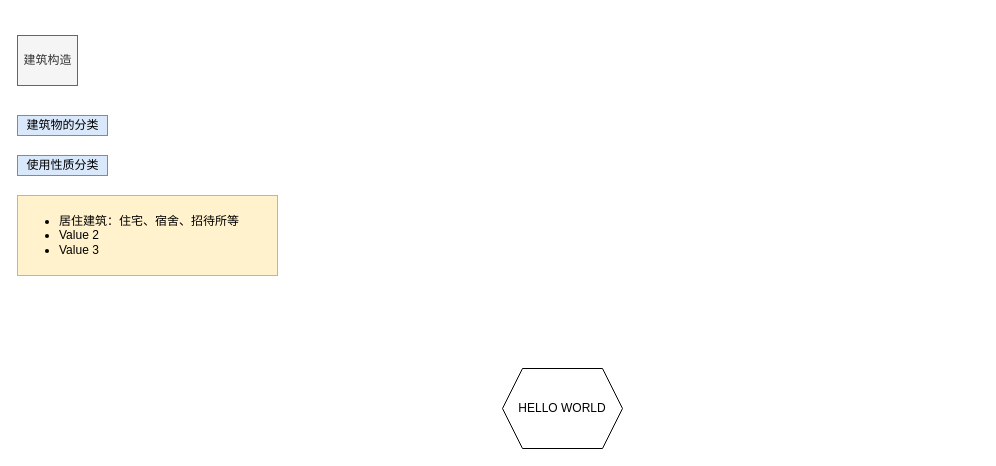
This is aBlank.drawio from zhangyang1103/selfTeaching, a draw.io file, before an edit. Source tidied: cells renumbered, new cells numbered last; positions are measured from the earlier drawing's top-left corner, leaving out a move shared by most shapes. Both pictures are drawn from the tidied source at 100%, with x=0, y=0 at pixel (17, 35).
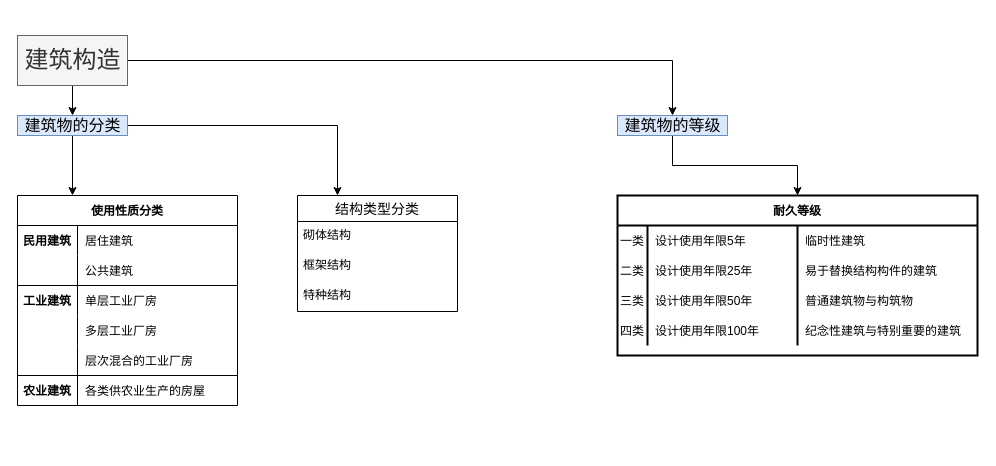
After the change.

What changed in the source:
```diff
@@
-    <mxCell id="2" value="HELLO WORLD" style="shape=hexagon;perimeter=hexagonPerimeter2;whiteSpace=wrap;html=1;fixedSize=1;" parent="1" vertex="1">
-      <mxGeometry x="485" y="333" width="120" height="80" as="geometry" />
-    </mxCell>
+    <mxCell id="7" style="edgeStyle=orthogonalEdgeStyle;rounded=0;jettySize=auto;html=1;entryX=0.5;entryY=0;entryDx=0;entryDy=0;entryPerimeter=0;" parent="1" edge="1" source="3" target="4">
+      <mxGeometry relative="1" as="geometry" />
+    </mxCell>
+    <mxCell id="8" style="edgeStyle=orthogonalEdgeStyle;rounded=0;jettySize=auto;html=1;entryX=0.5;entryY=0;entryDx=0;entryDy=0;entryPerimeter=0;" parent="1" edge="1" source="3" target="34">
+      <mxGeometry relative="1" as="geometry" />
+    </mxCell>
-    <mxCell id="3" value="&lt;br&gt;&lt;div&gt;建筑构造&lt;/div&gt;&lt;div&gt;&lt;br&gt;&lt;/div&gt;" style="text;html=1;align=center;verticalAlign=middle;points=[];fillColor=#f5f5f5;strokeColor=#666666;fontColor=#333333;" parent="1" vertex="1">
-      <mxGeometry width="60" height="50" as="geometry" />
+    <mxCell id="3" value="&lt;font style=&quot;font-size: 24px&quot;&gt;&lt;br&gt;&lt;/font&gt;&lt;div style=&quot;font-size: 24px&quot;&gt;&lt;font style=&quot;font-size: 24px&quot;&gt;建筑构造&lt;/font&gt;&lt;/div&gt;&lt;div style=&quot;font-size: 24px&quot;&gt;&lt;font style=&quot;font-size: 24px&quot;&gt;&lt;br&gt;&lt;/font&gt;&lt;/div&gt;" style="text;html=1;align=center;verticalAlign=middle;points=[];fillColor=#f5f5f5;strokeColor=#666666;fontColor=#333333;" parent="1" vertex="1">
+      <mxGeometry width="110" height="50" as="geometry" />
     </mxCell>
+    <mxCell id="9" style="edgeStyle=orthogonalEdgeStyle;rounded=0;jettySize=auto;html=1;entryX=0.25;entryY=0;entryDx=0;entryDy=0;" parent="1" edge="1" source="4" target="5">
+      <mxGeometry relative="1" as="geometry" />
+    </mxCell>
+    <mxCell id="10" style="edgeStyle=orthogonalEdgeStyle;rounded=0;jettySize=auto;html=1;entryX=0.25;entryY=0;entryDx=0;entryDy=0;" parent="1" edge="1" source="4" target="29">
+      <mxGeometry relative="1" as="geometry" />
+    </mxCell>
-    <mxCell id="4" value="建筑物的分类" style="text;html=1;align=center;verticalAlign=middle;points=[];fillColor=#dae8fc;strokeColor=#6c8ebf;" parent="1" vertex="1">
-      <mxGeometry y="80" width="90" height="20" as="geometry" />
+    <mxCell id="4" value="&lt;font style=&quot;font-size: 16px&quot;&gt;建筑物的分类&lt;/font&gt;" style="text;html=1;align=center;verticalAlign=middle;points=[];fillColor=#dae8fc;strokeColor=#6c8ebf;" parent="1" vertex="1">
+      <mxGeometry y="80" width="110" height="20" as="geometry" />
     </mxCell>
-    <mxCell id="5" value="使用性质分类" style="text;html=1;align=center;verticalAlign=middle;points=[];fillColor=#dae8fc;strokeColor=#6c8ebf;" parent="1" vertex="1">
-      <mxGeometry y="120" width="90" height="20" as="geometry" />
+    <mxCell id="5" value="使用性质分类" style="shape=table;startSize=30;childLayout=tableLayout;rowLines=0;fontStyle=1;align=center;" parent="1" vertex="1">
+      <mxGeometry y="160" width="220" height="210" as="geometry" />
     </mxCell>
-    <mxCell id="6" value="&lt;ul&gt;&lt;li&gt;居住建筑：住宅、宿舍、招待所等&lt;/li&gt;&lt;li&gt;Value 2&lt;/li&gt;&lt;li&gt;Value 3&lt;/li&gt;&lt;/ul&gt;" style="text;strokeColor=#d6b656;fillColor=#fff2cc;html=1;whiteSpace=wrap;verticalAlign=middle;overflow=hidden;" parent="1" vertex="1">
-      <mxGeometry y="160" width="260" height="80" as="geometry" />
-    </mxCell>
+    <mxCell id="11" style="shape=partialRectangle;fillColor=none;top=0;left=0;bottom=0;right=0;" parent="5" vertex="1">
+      <mxGeometry y="30" width="220" height="30" as="geometry" />
+    </mxCell>
+    <mxCell id="12" value="民用建筑" style="shape=partialRectangle;fillColor=none;top=0;left=0;bottom=0;right=0;fontStyle=1;overflow=hidden;" parent="11" vertex="1">
+      <mxGeometry width="60" height="30" as="geometry" />
+    </mxCell>
+    <mxCell id="13" value="居住建筑" style="shape=partialRectangle;fillColor=none;top=0;left=0;bottom=0;right=0;align=left;spacingLeft=6;fontStyle=0;overflow=hidden;" parent="11" vertex="1">
+      <mxGeometry x="60" width="160" height="30" as="geometry" />
+    </mxCell>
+    <mxCell id="14" style="shape=partialRectangle;fillColor=none;top=0;left=0;bottom=1;right=0;" parent="5" vertex="1">
+      <mxGeometry y="60" width="220" height="30" as="geometry" />
+    </mxCell>
+    <mxCell id="15" style="shape=partialRectangle;fillColor=none;top=0;left=0;bottom=0;right=0;fontStyle=1;overflow=hidden;" parent="14" vertex="1">
+      <mxGeometry width="60" height="30" as="geometry" />
+    </mxCell>
+    <mxCell id="16" value="公共建筑" style="shape=partialRectangle;fillColor=none;top=0;left=0;bottom=0;right=0;align=left;spacingLeft=6;fontStyle=0;overflow=hidden;" parent="14" vertex="1">
+      <mxGeometry x="60" width="160" height="30" as="geometry" />
+    </mxCell>
+    <mxCell id="17" style="shape=partialRectangle;fillColor=none;top=0;left=0;bottom=0;right=0;" parent="5" vertex="1">
+      <mxGeometry y="90" width="220" height="30" as="geometry" />
+    </mxCell>
+    <mxCell id="18" value="工业建筑" style="shape=partialRectangle;fillColor=none;top=0;left=0;bottom=0;right=0;overflow=hidden;fontStyle=1;" parent="17" vertex="1">
+      <mxGeometry width="60" height="30" as="geometry" />
+    </mxCell>
+    <mxCell id="19" value="单层工业厂房" style="shape=partialRectangle;fillColor=none;top=0;left=0;bottom=0;right=0;align=left;spacingLeft=6;overflow=hidden;" parent="17" vertex="1">
+      <mxGeometry x="60" width="160" height="30" as="geometry" />
+    </mxCell>
+    <mxCell id="20" style="shape=partialRectangle;fillColor=none;top=0;left=0;bottom=0;right=0;" parent="5" vertex="1">
+      <mxGeometry y="120" width="220" height="30" as="geometry" />
+    </mxCell>
+    <mxCell id="21" style="shape=partialRectangle;fillColor=none;top=0;left=0;bottom=0;right=0;overflow=hidden;" parent="20" vertex="1">
+      <mxGeometry width="60" height="30" as="geometry" />
+    </mxCell>
+    <mxCell id="22" value="多层工业厂房" style="shape=partialRectangle;fillColor=none;top=0;left=0;bottom=0;right=0;align=left;spacingLeft=6;overflow=hidden;" parent="20" vertex="1">
+      <mxGeometry x="60" width="160" height="30" as="geometry" />
+    </mxCell>
+    <mxCell id="23" style="shape=partialRectangle;fillColor=none;top=0;left=0;bottom=0;right=0;" parent="5" vertex="1">
+      <mxGeometry y="150" width="220" height="30" as="geometry" />
+    </mxCell>
+    <mxCell id="24" style="shape=partialRectangle;fillColor=none;top=0;left=0;bottom=0;right=0;overflow=hidden;" parent="23" vertex="1">
+      <mxGeometry width="60" height="30" as="geometry" />
+    </mxCell>
+    <mxCell id="25" value="层次混合的工业厂房" style="shape=partialRectangle;fillColor=none;top=0;left=0;bottom=0;right=0;align=left;spacingLeft=6;overflow=hidden;" parent="23" vertex="1">
+      <mxGeometry x="60" width="160" height="30" as="geometry" />
+    </mxCell>
+    <mxCell id="26" style="shape=partialRectangle;fillColor=none;top=1;left=0;bottom=0;right=0;" parent="5" vertex="1">
+      <mxGeometry y="180" width="220" height="30" as="geometry" />
+    </mxCell>
+    <mxCell id="27" value="农业建筑" style="shape=partialRectangle;fillColor=none;top=0;left=0;bottom=0;right=0;overflow=hidden;fontStyle=1;verticalAlign=middle;labelPosition=center;verticalLabelPosition=middle;align=center;horizontal=1;" parent="26" vertex="1">
+      <mxGeometry width="60" height="30" as="geometry" />
+    </mxCell>
+    <mxCell id="28" value="各类供农业生产的房屋" style="shape=partialRectangle;fillColor=none;top=0;left=0;bottom=0;right=0;align=left;spacingLeft=6;overflow=hidden;" parent="26" vertex="1">
+      <mxGeometry x="60" width="160" height="30" as="geometry" />
+    </mxCell>
+    <mxCell id="29" value="结构类型分类" style="swimlane;fontStyle=0;horizontal=1;startSize=26;align=center;fontSize=14;" parent="1" vertex="1">
+      <mxGeometry x="280" y="160" width="160" height="116" as="geometry" />
+    </mxCell>
+    <mxCell id="30" value="砌体结构" style="text;strokeColor=none;fillColor=none;spacingLeft=4;spacingRight=4;overflow=hidden;fontSize=12;" parent="29" vertex="1">
+      <mxGeometry y="26" width="160" height="30" as="geometry" />
+    </mxCell>
+    <mxCell id="31" value="框架结构" style="text;strokeColor=none;fillColor=none;spacingLeft=4;spacingRight=4;overflow=hidden;fontSize=12;" parent="29" vertex="1">
+      <mxGeometry y="56" width="160" height="30" as="geometry" />
+    </mxCell>
+    <mxCell id="32" value="特种结构" style="text;strokeColor=none;fillColor=none;spacingLeft=4;spacingRight=4;overflow=hidden;fontSize=12;" parent="29" vertex="1">
+      <mxGeometry y="86" width="160" height="30" as="geometry" />
+    </mxCell>
+    <mxCell id="33" style="edgeStyle=orthogonalEdgeStyle;rounded=0;jettySize=auto;html=1;" parent="1" edge="1" source="34" target="35">
+      <mxGeometry relative="1" as="geometry" />
+    </mxCell>
+    <mxCell id="34" value="&lt;div style=&quot;font-size: 16px&quot;&gt;&lt;font style=&quot;font-size: 16px&quot;&gt;建筑物的等级&lt;/font&gt;&lt;/div&gt;" style="text;html=1;align=center;verticalAlign=middle;points=[];fillColor=#dae8fc;strokeColor=#6c8ebf;" parent="1" vertex="1">
+      <mxGeometry x="600" y="80" width="110" height="20" as="geometry" />
+    </mxCell>
+    <mxCell id="35" value="耐久等级" style="shape=table;startSize=30;childLayout=tableLayout;rowLines=0;fontStyle=1;align=center;strokeWidth=2;" parent="1" vertex="1">
+      <mxGeometry x="600" y="160" width="360" height="160" as="geometry" />
+    </mxCell>
+    <mxCell id="36" style="shape=partialRectangle;fillColor=none;top=0;left=0;bottom=0;right=0;" parent="35" vertex="1">
+      <mxGeometry y="30" width="360" height="30" as="geometry" />
+    </mxCell>
+    <mxCell id="37" value="一类" style="shape=partialRectangle;fillColor=none;top=0;left=0;bottom=0;right=0;overflow=hidden;" parent="36" vertex="1">
+      <mxGeometry width="30" height="30" as="geometry" />
+    </mxCell>
+    <mxCell id="38" value="设计使用年限5年" style="shape=partialRectangle;fillColor=none;top=0;left=0;bottom=0;right=0;align=left;spacingLeft=6;overflow=hidden;" parent="36" vertex="1">
+      <mxGeometry x="30" width="150" height="30" as="geometry" />
+    </mxCell>
+    <mxCell id="39" value="临时性建筑" style="shape=partialRectangle;fillColor=none;top=0;left=0;bottom=0;right=0;align=left;spacingLeft=6;overflow=hidden;" parent="36" vertex="1">
+      <mxGeometry x="180" width="180" height="30" as="geometry" />
+    </mxCell>
+    <mxCell id="40" style="shape=partialRectangle;fillColor=none;top=0;left=0;bottom=0;right=0;" parent="35" vertex="1">
+      <mxGeometry y="60" width="360" height="30" as="geometry" />
+    </mxCell>
+    <mxCell id="41" value="二类" style="shape=partialRectangle;fillColor=none;top=0;left=0;bottom=0;right=0;overflow=hidden;" parent="40" vertex="1">
+      <mxGeometry width="30" height="30" as="geometry" />
+    </mxCell>
+    <mxCell id="42" value="设计使用年限25年" style="shape=partialRectangle;fillColor=none;top=0;left=0;bottom=0;right=0;align=left;spacingLeft=6;overflow=hidden;" parent="40" vertex="1">
+      <mxGeometry x="30" width="150" height="30" as="geometry" />
+    </mxCell>
+    <mxCell id="43" value="易于替换结构构件的建筑" style="shape=partialRectangle;fillColor=none;top=0;left=0;bottom=0;right=0;align=left;spacingLeft=6;overflow=hidden;" parent="40" vertex="1">
+      <mxGeometry x="180" width="180" height="30" as="geometry" />
+    </mxCell>
+    <mxCell id="44" style="shape=partialRectangle;fillColor=none;top=0;left=0;bottom=0;right=0;" parent="35" vertex="1">
+      <mxGeometry y="90" width="360" height="30" as="geometry" />
+    </mxCell>
+    <mxCell id="45" value="三类" style="shape=partialRectangle;fillColor=none;top=0;left=0;bottom=0;right=0;overflow=hidden;" parent="44" vertex="1">
+      <mxGeometry width="30" height="30" as="geometry" />
+    </mxCell>
+    <mxCell id="46" value="设计使用年限50年" style="shape=partialRectangle;fillColor=none;top=0;left=0;bottom=0;right=0;align=left;spacingLeft=6;overflow=hidden;" parent="44" vertex="1">
+      <mxGeometry x="30" width="150" height="30" as="geometry" />
+    </mxCell>
+    <mxCell id="47" value="普通建筑物与构筑物" style="shape=partialRectangle;fillColor=none;top=0;left=0;bottom=0;right=0;align=left;spacingLeft=6;overflow=hidden;" parent="44" vertex="1">
+      <mxGeometry x="180" width="180" height="30" as="geometry" />
+    </mxCell>
+    <mxCell id="48" style="shape=partialRectangle;fillColor=none;top=0;left=0;bottom=0;right=0;" parent="35" vertex="1">
+      <mxGeometry y="120" width="360" height="30" as="geometry" />
+    </mxCell>
+    <mxCell id="49" value="四类" style="shape=partialRectangle;fillColor=none;top=0;left=0;bottom=0;right=0;overflow=hidden;" parent="48" vertex="1">
+      <mxGeometry width="30" height="30" as="geometry" />
+    </mxCell>
+    <mxCell id="50" value="设计使用年限100年" style="shape=partialRectangle;fillColor=none;top=0;left=0;bottom=0;right=0;align=left;spacingLeft=6;overflow=hidden;" parent="48" vertex="1">
+      <mxGeometry x="30" width="150" height="30" as="geometry" />
+    </mxCell>
+    <mxCell id="51" value="纪念性建筑与特别重要的建筑" style="shape=partialRectangle;fillColor=none;top=0;left=0;bottom=0;right=0;align=left;spacingLeft=6;overflow=hidden;" parent="48" vertex="1">
+      <mxGeometry x="180" width="180" height="30" as="geometry" />
+    </mxCell>
```
